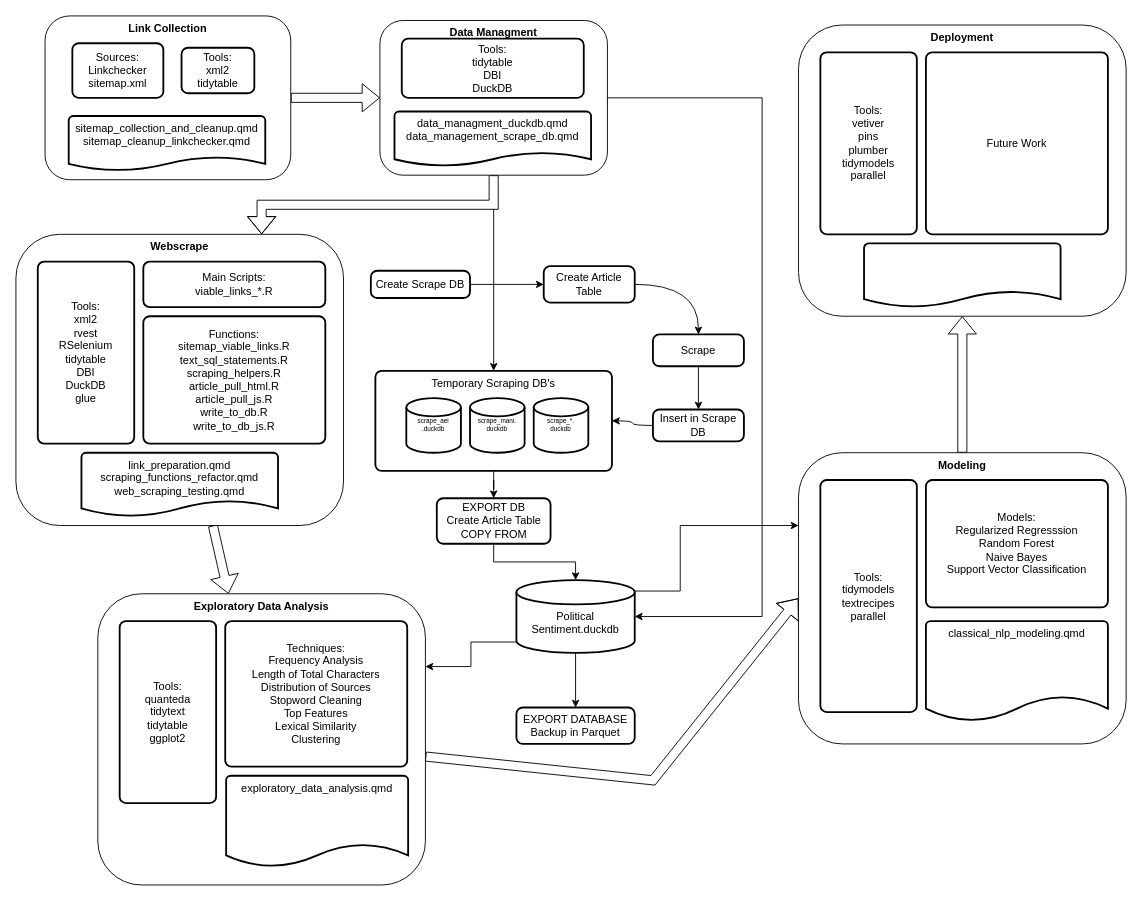
Earlier version of the draw.io diagram content/project/Flow Chart.drawio (keenan-smith-data/political-sentiment). Source tidied: cells renumbered, new cells numbered last; positions are measured from the earlier drawing's top-left corner, leaving out a move shared by most shapes. Both pictures are drawn from the tidied source at 91%, with x=0, y=0 at pixel (15, 15).
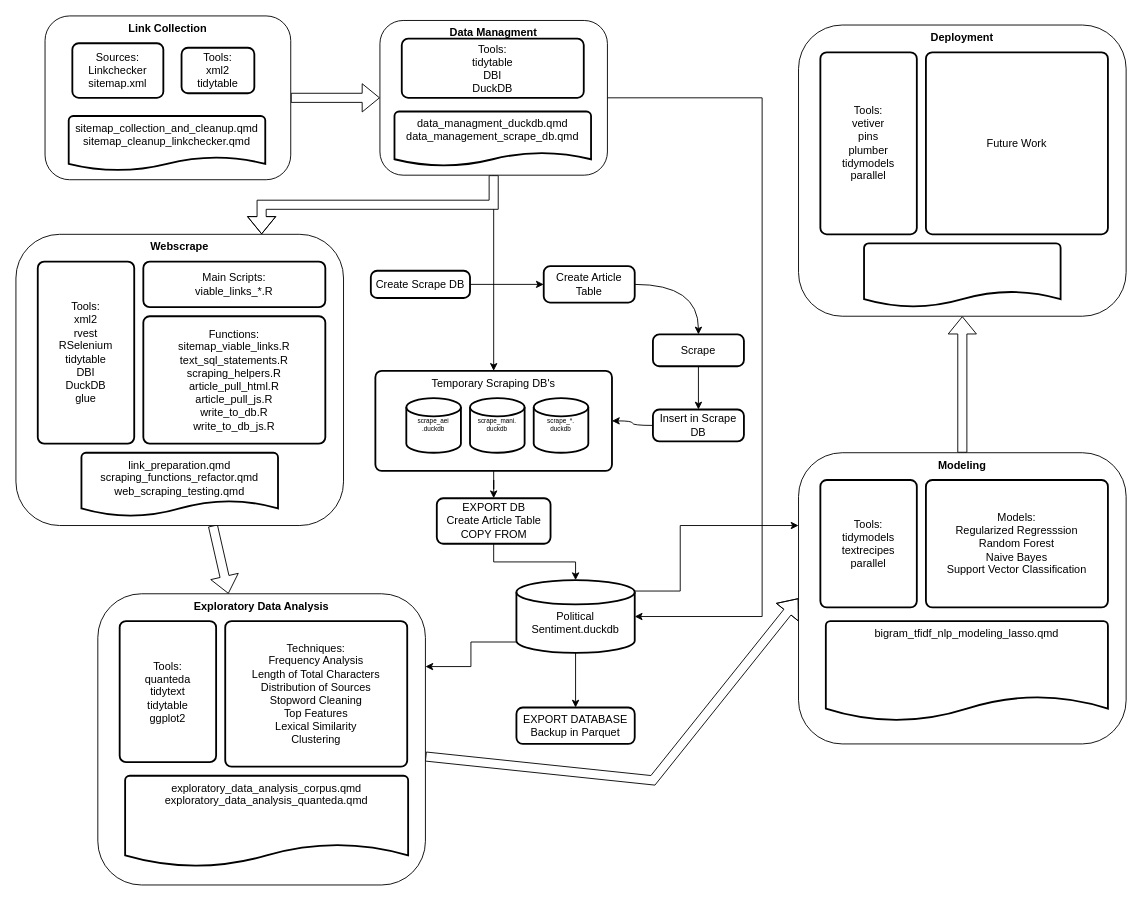
The same page after the edit.

Change to the diagram source:
```diff
@@
-    <mxCell id="41" value="exploratory_data_analysis.qmd" style="strokeWidth=2;html=1;shape=mxgraph.flowchart.document2;whiteSpace=wrap;size=0.25;verticalAlign=top;" parent="1" vertex="1">
-      <mxGeometry x="231" y="835" width="200" height="100" as="geometry" />
+    <mxCell id="41" value="exploratory_data_analysis_corpus.qmd&lt;br&gt;exploratory_data_analysis_quanteda.qmd" style="strokeWidth=2;html=1;shape=mxgraph.flowchart.document2;whiteSpace=wrap;size=0.25;verticalAlign=top;" parent="1" vertex="1">
+      <mxGeometry x="120" y="835" width="311" height="100" as="geometry" />
     </mxCell>
     <mxCell id="42" value="Tools:&lt;br&gt;quanteda&lt;br&gt;tidytext&lt;br&gt;tidytable&lt;br&gt;ggplot2" style="rounded=1;whiteSpace=wrap;html=1;absoluteArcSize=1;arcSize=14;strokeWidth=2;align=center;" parent="1" vertex="1">
-      <mxGeometry x="114" y="665" width="106" height="200" as="geometry" />
+      <mxGeometry x="114" y="665" width="106" height="155" as="geometry" />
     </mxCell>
@@
-    <mxCell id="46" value="classical_nlp_modeling.qmd" style="strokeWidth=2;html=1;shape=mxgraph.flowchart.document2;whiteSpace=wrap;size=0.25;verticalAlign=top;" parent="1" vertex="1">
-      <mxGeometry x="1000" y="665" width="200" height="110" as="geometry" />
+    <mxCell id="46" value="bigram_tfidf_nlp_modeling_lasso.qmd" style="strokeWidth=2;html=1;shape=mxgraph.flowchart.document2;whiteSpace=wrap;size=0.25;verticalAlign=top;" parent="1" vertex="1">
+      <mxGeometry x="890" y="665" width="310" height="110" as="geometry" />
     </mxCell>
     <mxCell id="47" value="Tools:&lt;br&gt;tidymodels&lt;br&gt;textrecipes&lt;br&gt;parallel" style="rounded=1;whiteSpace=wrap;html=1;absoluteArcSize=1;arcSize=14;strokeWidth=2;align=center;" parent="1" vertex="1">
-      <mxGeometry x="884" y="510" width="106" height="255" as="geometry" />
+      <mxGeometry x="884" y="510" width="106" height="140" as="geometry" />
     </mxCell>
```
